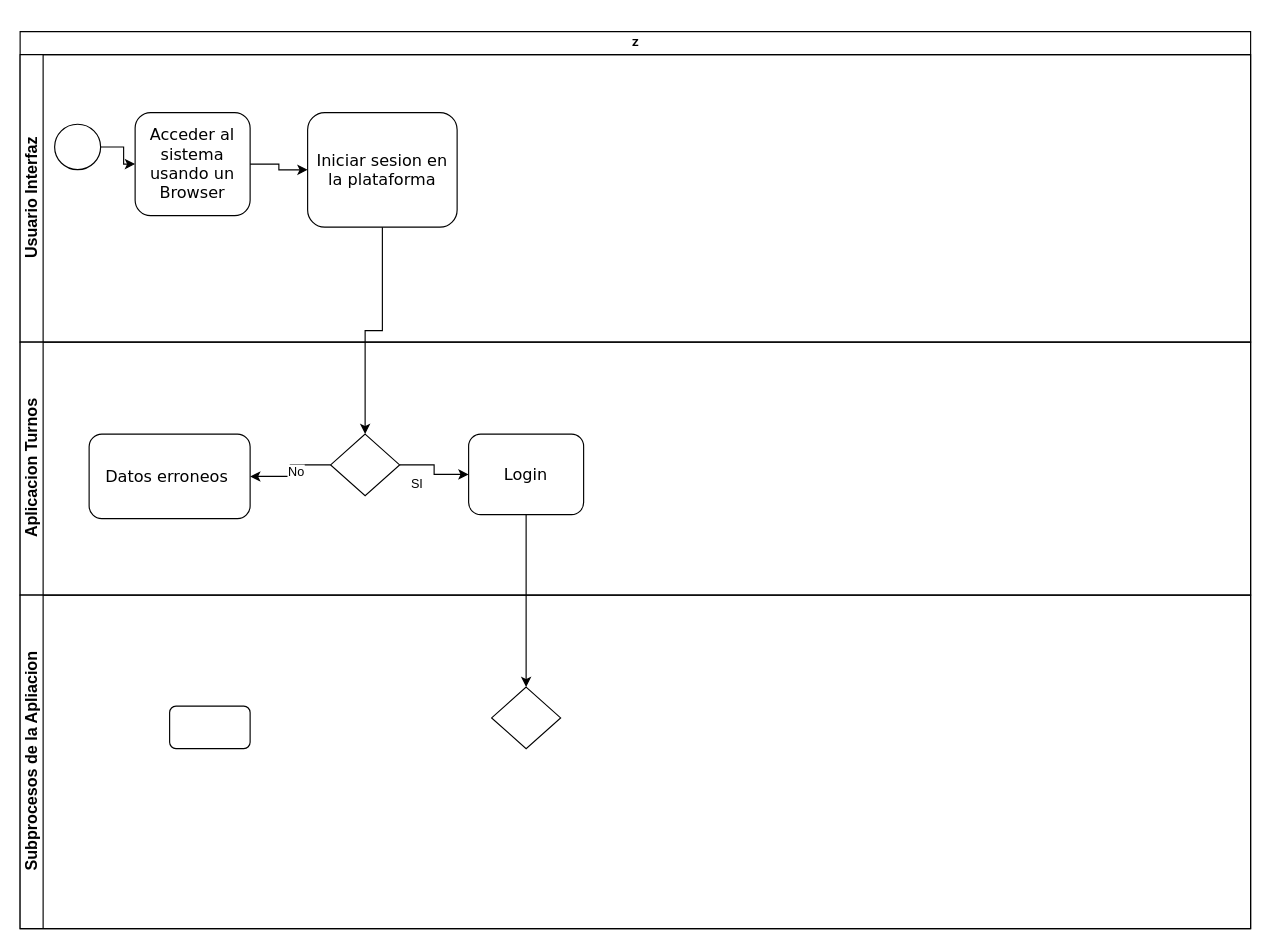
The draw.io diagram Untitled Diagram.drawio in raygoxa95/1er-Parcial, before the edit. Source tidied: cells renumbered, new cells numbered last; positions are measured from the earlier drawing's top-left corner, leaving out a move shared by most shapes. Both pictures are drawn from the tidied source at 115%, with x=0, y=0 at pixel (20, 31).
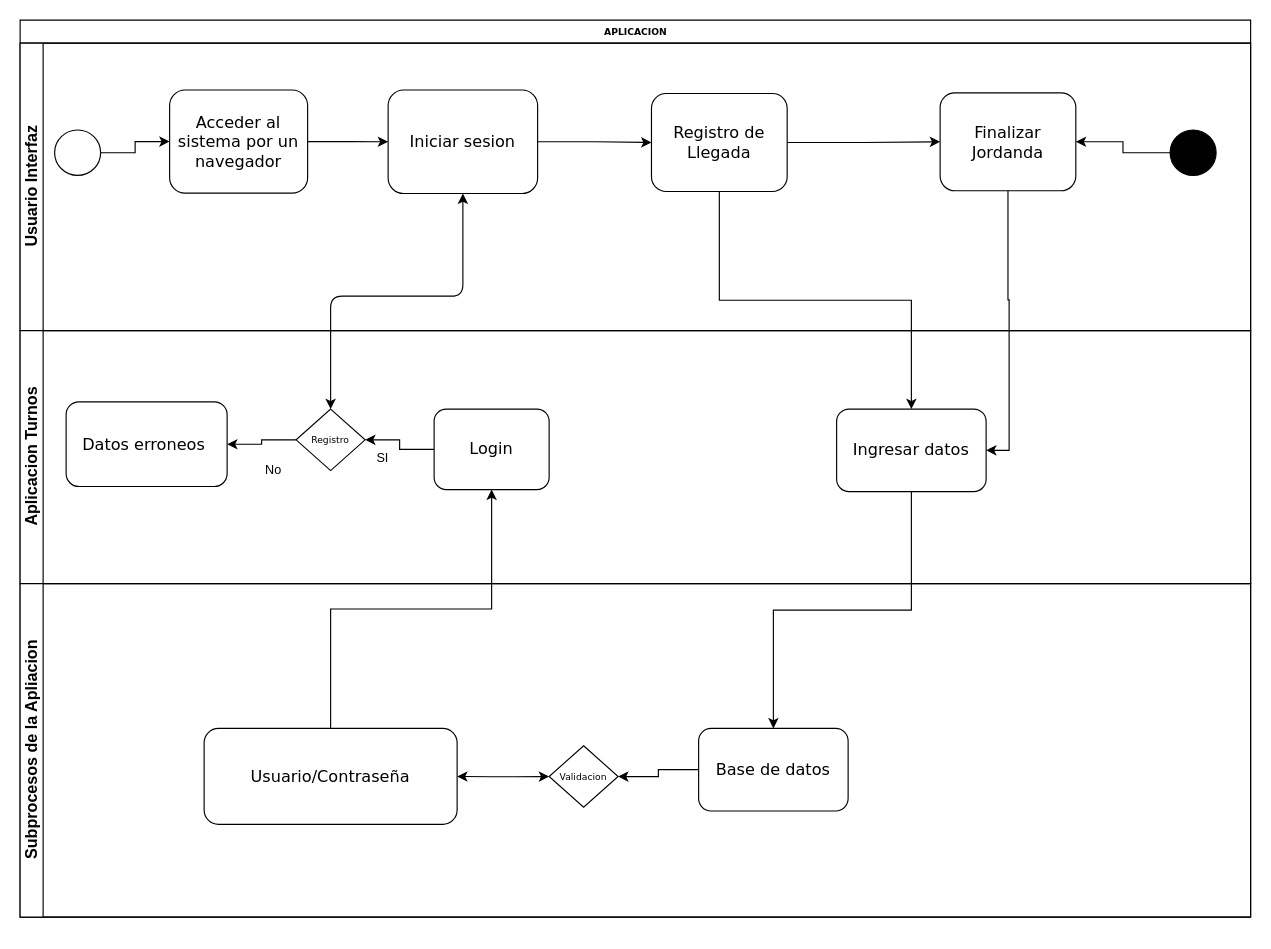
After the change.

The change refers to these unchanged cells:
```xml
<mxCell id="3" value="&lt;font style=&quot;font-size: 14px&quot;&gt;Usuario Interfaz&lt;/font&gt;" style="swimlane;html=1;startSize=20;horizontal=0;" parent="2" vertex="1">
  <mxGeometry y="20" width="1070" height="250" as="geometry" />
</mxCell>
<mxCell id="10" value="&lt;font style=&quot;font-size: 14px&quot;&gt;Aplicacion Turnos&lt;/font&gt;" style="swimlane;html=1;startSize=20;horizontal=0;" parent="2" vertex="1">
  <mxGeometry y="270" width="1070" height="220" as="geometry" />
</mxCell>
<mxCell id="17" value="&lt;font style=&quot;font-size: 14px&quot;&gt;Subprocesos de la Apliacion&lt;br&gt;&lt;/font&gt;" style="swimlane;html=1;startSize=20;horizontal=0;" parent="2" vertex="1">
  <mxGeometry y="490" width="1070" height="290" as="geometry" />
</mxCell>
```

Diff of the diagram source:
```diff
@@
+    <mxCell id="20" value="No" style="edgeLabel;html=1;align=center;verticalAlign=middle;" parent="1" vertex="1">
+      <mxGeometry x="160" y="341.7" as="geometry">
+        <mxPoint x="59" y="39" as="offset" />
+      </mxGeometry>
+    </mxCell>
-    <mxCell id="2" value="Z" style="swimlane;html=1;horizontal=1;startSize=20;rounded=0;shadow=0;labelBackgroundColor=none;strokeWidth=1;fontFamily=Verdana;fontSize=8;align=center;" parent="1" vertex="1">
-      <mxGeometry width="1070" height="780" as="geometry" />
+    <mxCell id="2" value="APLICACION" style="swimlane;html=1;horizontal=1;startSize=20;rounded=0;shadow=0;labelBackgroundColor=none;strokeWidth=1;fontFamily=Verdana;fontSize=8;align=center;" parent="1" vertex="1">
+      <mxGeometry y="-10" width="1070" height="780" as="geometry" />
     </mxCell>
@@
+    <mxCell id="22" value="&lt;font style=&quot;font-size: 14px&quot;&gt;Registro de Llegada&lt;/font&gt;" style="rounded=1;whiteSpace=wrap;html=1;shadow=0;labelBackgroundColor=none;strokeWidth=1;fontFamily=Verdana;fontSize=8;align=center;" parent="3" vertex="1">
+      <mxGeometry x="549" y="43.8" width="118" height="85.2" as="geometry" />
+    </mxCell>
+    <mxCell id="6" value="&lt;font style=&quot;font-size: 14px&quot;&gt;Acceder al sistema por un navegador&lt;/font&gt;" style="rounded=1;whiteSpace=wrap;html=1;shadow=0;labelBackgroundColor=none;strokeWidth=1;fontFamily=Verdana;fontSize=8;align=center;" parent="3" vertex="1">
+      <mxGeometry x="130" y="40.8" width="120" height="89.6" as="geometry" />
+    </mxCell>
+    <mxCell id="23" value="&lt;font style=&quot;font-size: 14px&quot;&gt;Finalizar Jordanda&lt;/font&gt;" style="rounded=1;whiteSpace=wrap;html=1;shadow=0;labelBackgroundColor=none;strokeWidth=1;fontFamily=Verdana;fontSize=8;align=center;" parent="3" vertex="1">
+      <mxGeometry x="800" y="43.2" width="118" height="85.2" as="geometry" />
+    </mxCell>
+    <mxCell id="24" style="edgeStyle=orthogonalEdgeStyle;rounded=0;jettySize=auto;html=1;" parent="3" edge="1" source="25" target="23">
+      <mxGeometry relative="1" as="geometry" />
+    </mxCell>
+    <mxCell id="25" style="ellipse;whiteSpace=wrap;html=1;rounded=0;shadow=0;labelBackgroundColor=none;strokeWidth=1;fontFamily=Verdana;fontSize=8;align=center;fillColor=#000000;" parent="3" vertex="1">
+      <mxGeometry x="1000" y="75.5" width="40" height="39.5" as="geometry" />
+    </mxCell>
     <mxCell id="4" style="ellipse;whiteSpace=wrap;html=1;rounded=0;shadow=0;labelBackgroundColor=none;strokeWidth=1;fontFamily=Verdana;fontSize=8;align=center;" parent="3" vertex="1">
-      <mxGeometry x="30" y="60.5" width="40" height="39.5" as="geometry" />
+      <mxGeometry x="30" y="75.5" width="40" height="39.5" as="geometry" />
     </mxCell>
-    <mxCell id="5" value="&lt;font style=&quot;font-size: 14px&quot;&gt;Iniciar sesion en la plataforma&lt;/font&gt;" style="rounded=1;whiteSpace=wrap;html=1;shadow=0;labelBackgroundColor=none;strokeWidth=1;fontFamily=Verdana;fontSize=8;align=center;" parent="3" vertex="1">
-      <mxGeometry x="250" y="50.4" width="130" height="99.6" as="geometry" />
-    </mxCell>
-    <mxCell id="6" value="&lt;font style=&quot;font-size: 14px&quot;&gt;Acceder al sistema usando un Browser&lt;/font&gt;" style="rounded=1;whiteSpace=wrap;html=1;shadow=0;labelBackgroundColor=none;strokeWidth=1;fontFamily=Verdana;fontSize=8;align=center;" parent="3" vertex="1">
-      <mxGeometry x="100" y="50.4" width="100" height="89.6" as="geometry" />
-    </mxCell>
@@
-    <mxCell id="9" style="edgeStyle=orthogonalEdgeStyle;rounded=0;jettySize=auto;html=1;entryX=0.5;entryY=0;entryDx=0;entryDy=0;entryPerimeter=0;" parent="2" edge="1" source="5" target="16">
-      <mxGeometry relative="1" as="geometry" />
-    </mxCell>
+    <mxCell id="26" style="edgeStyle=orthogonalEdgeStyle;rounded=0;jettySize=auto;html=1;entryX=0;entryY=0.5;entryDx=0;entryDy=0;" parent="3" edge="1" source="5" target="22">
+      <mxGeometry relative="1" as="geometry" />
+    </mxCell>
+    <mxCell id="5" value="&lt;font style=&quot;font-size: 14px&quot;&gt;Iniciar sesion&lt;/font&gt;" style="rounded=1;whiteSpace=wrap;html=1;shadow=0;labelBackgroundColor=none;strokeWidth=1;fontFamily=Verdana;fontSize=8;align=center;" parent="3" vertex="1">
+      <mxGeometry x="320" y="40.8" width="130" height="90" as="geometry" />
+    </mxCell>
+    <mxCell id="27" style="edgeStyle=orthogonalEdgeStyle;rounded=0;jettySize=auto;html=1;exitX=1;exitY=0.5;exitDx=0;exitDy=0;entryX=0;entryY=0.5;entryDx=0;entryDy=0;" parent="3" edge="1" source="22" target="23">
+      <mxGeometry relative="1" as="geometry" />
+    </mxCell>
@@
-    <mxCell id="11" style="edgeStyle=orthogonalEdgeStyle;rounded=0;jettySize=auto;html=1;entryX=0;entryY=0.5;entryDx=0;entryDy=0;" parent="10" edge="1" source="16" target="13">
-      <mxGeometry relative="1" as="geometry" />
-    </mxCell>
@@
+    <mxCell id="28" style="edgeStyle=orthogonalEdgeStyle;rounded=0;jettySize=auto;html=1;entryX=1;entryY=0.5;entryDx=0;entryDy=0;entryPerimeter=0;" parent="10" edge="1" source="13" target="16">
+      <mxGeometry relative="1" as="geometry" />
+    </mxCell>
+    <mxCell id="15" value="&lt;span style=&quot;font-size: 14px&quot;&gt;Datos erroneos&amp;nbsp;&lt;br&gt;&lt;/span&gt;" style="rounded=1;whiteSpace=wrap;html=1;shadow=0;labelBackgroundColor=none;strokeWidth=1;fontFamily=Verdana;fontSize=8;align=center;" parent="10" vertex="1">
+      <mxGeometry x="40" y="62" width="140" height="73.5" as="geometry" />
+    </mxCell>
     <mxCell id="13" value="&lt;font style=&quot;font-size: 14px&quot;&gt;Login&lt;/font&gt;" style="rounded=1;whiteSpace=wrap;html=1;shadow=0;labelBackgroundColor=none;strokeWidth=1;fontFamily=Verdana;fontSize=8;align=center;" parent="10" vertex="1">
-      <mxGeometry x="390" y="80" width="100" height="70" as="geometry" />
+      <mxGeometry x="360" y="68.2" width="100" height="70" as="geometry" />
     </mxCell>
     <mxCell id="14" value="SI" style="edgeLabel;html=1;align=center;verticalAlign=middle;" parent="10" vertex="1">
-      <mxGeometry x="285" y="83.5" as="geometry">
+      <mxGeometry x="255" y="71.7" as="geometry">
         <mxPoint x="59" y="39" as="offset" />
       </mxGeometry>
     </mxCell>
-    <mxCell id="15" value="&lt;span style=&quot;font-size: 14px&quot;&gt;Datos erroneos&amp;nbsp;&lt;br&gt;&lt;/span&gt;" style="rounded=1;whiteSpace=wrap;html=1;shadow=0;labelBackgroundColor=none;strokeWidth=1;fontFamily=Verdana;fontSize=8;align=center;" parent="10" vertex="1">
-      <mxGeometry x="60" y="80" width="140" height="73.5" as="geometry" />
-    </mxCell>
-    <mxCell id="16" style="strokeWidth=1;html=1;shape=mxgraph.flowchart.decision;whiteSpace=wrap;rounded=1;shadow=0;labelBackgroundColor=none;fontFamily=Verdana;fontSize=8;align=center;" parent="10" vertex="1">
-      <mxGeometry x="270" y="80" width="60" height="53.5" as="geometry" />
+    <mxCell id="16" value="Registro" style="strokeWidth=1;html=1;shape=mxgraph.flowchart.decision;whiteSpace=wrap;rounded=1;shadow=0;labelBackgroundColor=none;fontFamily=Verdana;fontSize=8;align=center;" parent="10" vertex="1">
+      <mxGeometry x="240" y="68.2" width="60" height="53.5" as="geometry" />
     </mxCell>
+    <mxCell id="29" value="&lt;font style=&quot;font-size: 14px&quot;&gt;Ingresar datos&lt;/font&gt;" style="rounded=1;whiteSpace=wrap;html=1;shadow=0;labelBackgroundColor=none;strokeWidth=1;fontFamily=Verdana;fontSize=8;align=center;" parent="10" vertex="1">
+      <mxGeometry x="710" y="68.2" width="130" height="71.8" as="geometry" />
+    </mxCell>
+    <mxCell id="30" style="edgeStyle=orthogonalEdgeStyle;rounded=0;jettySize=auto;html=1;exitX=0.5;exitY=1;exitDx=0;exitDy=0;" parent="2" edge="1" source="22" target="29">
+      <mxGeometry relative="1" as="geometry" />
+    </mxCell>
+    <mxCell id="31" style="edgeStyle=orthogonalEdgeStyle;rounded=0;jettySize=auto;html=1;entryX=1;entryY=0.5;entryDx=0;entryDy=0;exitX=0.5;exitY=1;exitDx=0;exitDy=0;" parent="2" edge="1" source="23" target="29">
+      <mxGeometry relative="1" as="geometry" />
+    </mxCell>
+    <mxCell id="32" style="edgeStyle=orthogonalEdgeStyle;rounded=0;jettySize=auto;html=1;" parent="2" edge="1" source="19" target="13">
+      <mxGeometry relative="1" as="geometry" />
+    </mxCell>
+    <mxCell id="33" style="endArrow=classic;startArrow=classic;html=1;exitX=0.5;exitY=0;exitDx=0;exitDy=0;exitPerimeter=0;entryX=0.5;entryY=1;entryDx=0;entryDy=0;" parent="2" edge="1" source="16" target="5">
+      <mxGeometry relative="1" as="geometry">
+        <Array as="points">
+          <mxPoint x="270" y="240" />
+          <mxPoint x="385" y="240" />
+        </Array>
+      </mxGeometry>
+    </mxCell>
+    <mxCell id="34" style="edgeStyle=orthogonalEdgeStyle;rounded=0;jettySize=auto;html=1;" parent="2" edge="1" source="29" target="36">
+      <mxGeometry relative="1" as="geometry" />
+    </mxCell>
@@
-    <mxCell id="18" style="strokeWidth=1;html=1;shape=mxgraph.flowchart.decision;whiteSpace=wrap;rounded=1;shadow=0;labelBackgroundColor=none;fontFamily=Verdana;fontSize=8;align=center;" parent="17" vertex="1">
-      <mxGeometry x="410" y="80" width="60" height="53.5" as="geometry" />
-    </mxCell>
+    <mxCell id="35" style="endArrow=classic;startArrow=classic;html=1;exitX=1;exitY=0.5;exitDx=0;exitDy=0;entryX=0;entryY=0.5;entryDx=0;entryDy=0;entryPerimeter=0;" parent="17" edge="1" source="19" target="38">
+      <mxGeometry relative="1" as="geometry">
+        <Array as="points">
+          <mxPoint x="420" y="168" />
+        </Array>
+      </mxGeometry>
+    </mxCell>
+    <mxCell id="36" value="&lt;font style=&quot;font-size: 14px&quot;&gt;Base de datos&lt;/font&gt;" style="rounded=1;whiteSpace=wrap;html=1;shadow=0;labelBackgroundColor=none;strokeWidth=1;fontFamily=Verdana;fontSize=8;align=center;" parent="17" vertex="1">
+      <mxGeometry x="590" y="125.9" width="130" height="71.8" as="geometry" />
+    </mxCell>
+    <mxCell id="37" style="edgeStyle=orthogonalEdgeStyle;rounded=0;jettySize=auto;html=1;" parent="17" edge="1" source="36" target="38">
+      <mxGeometry relative="1" as="geometry" />
+    </mxCell>
+    <mxCell id="38" value="Validacion" style="strokeWidth=1;html=1;shape=mxgraph.flowchart.decision;whiteSpace=wrap;rounded=1;shadow=0;labelBackgroundColor=none;fontFamily=Verdana;fontSize=8;align=center;" parent="17" vertex="1">
+      <mxGeometry x="460" y="141" width="60" height="53.5" as="geometry" />
+    </mxCell>
-    <mxCell id="19" style="rounded=1;whiteSpace=wrap;html=1;shadow=0;labelBackgroundColor=none;strokeWidth=1;fontFamily=Verdana;fontSize=8;align=center;" parent="17" vertex="1">
-      <mxGeometry x="130" y="96.5" width="70" height="37" as="geometry" />
+    <mxCell id="19" value="&lt;font style=&quot;font-size: 14px&quot;&gt;Usuario/Contraseña&lt;/font&gt;" style="rounded=1;whiteSpace=wrap;html=1;shadow=0;labelBackgroundColor=none;strokeWidth=1;fontFamily=Verdana;fontSize=8;align=center;" parent="17" vertex="1">
+      <mxGeometry x="160" y="125.9" width="220" height="83.5" as="geometry" />
     </mxCell>
-    <mxCell id="20" value="No" style="edgeLabel;html=1;align=center;verticalAlign=middle;" parent="1" vertex="1">
-      <mxGeometry x="180" y="343.5" as="geometry">
-        <mxPoint x="59" y="39" as="offset" />
-      </mxGeometry>
-    </mxCell>
-    <mxCell id="21" style="edgeStyle=orthogonalEdgeStyle;rounded=0;jettySize=auto;html=1;" parent="1" edge="1" source="13">
-      <mxGeometry relative="1" as="geometry">
-        <mxPoint x="440" y="570" as="targetPoint" />
-      </mxGeometry>
-    </mxCell>
```
